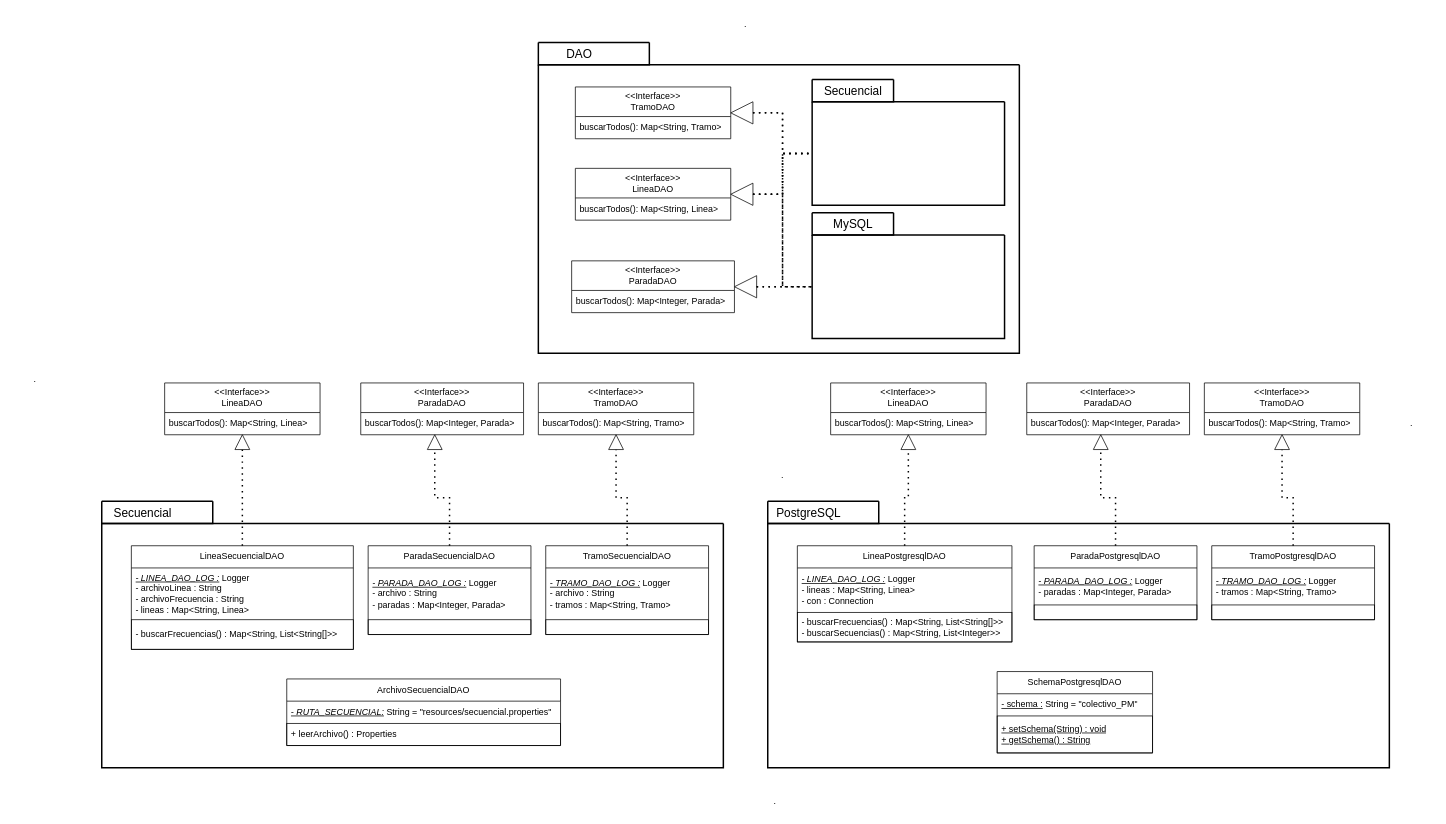
Above: docs/uml/drawio/colectivos.dao.drawio in AverageZeko/POO-colectivos (draw.io), before the change. Source tidied: cells renumbered, new cells numbered last; positions are measured from the earlier drawing's top-left corner, leaving out a move shared by most shapes. Both pictures are drawn from the tidied source at 74%, with x=0, y=0 at pixel (13, 13).
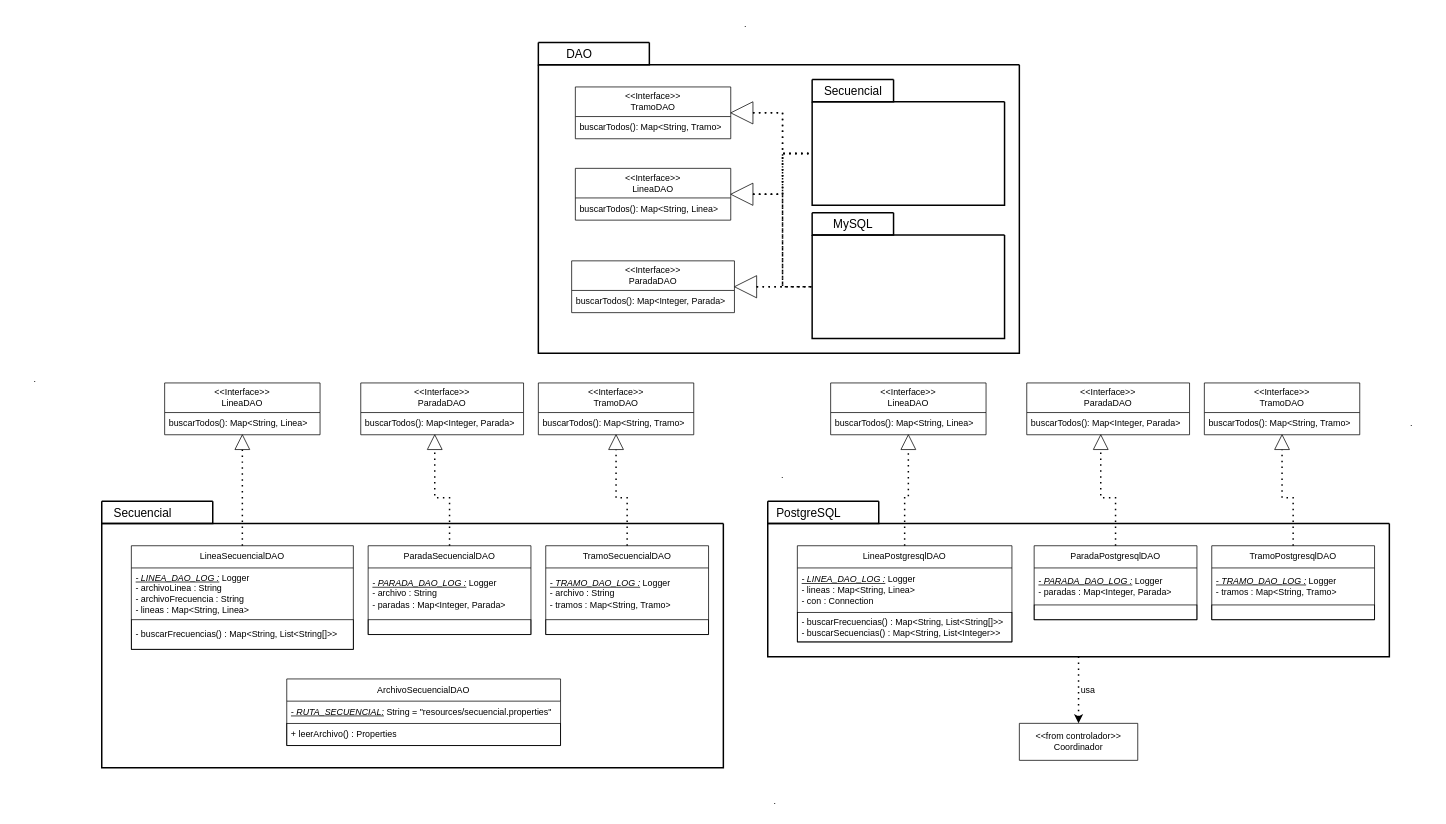
Above is the later version.

Diff of the diagram source:
```diff
@@
     <mxCell id="55" style="swimlane;startSize=0;align=center;strokeWidth=2;" parent="1" vertex="1">
-      <mxGeometry x="1020" y="690" width="840" height="330" as="geometry" />
+      <mxGeometry x="1020" y="690" width="840" height="180" as="geometry" />
     </mxCell>
@@
-    <mxCell id="65" value="SchemaPostgresqlDAO" style="swimlane;fontStyle=0;horizontal=1;startSize=30;whiteSpace=wrap;html=1;" parent="55" vertex="1">
-      <mxGeometry x="310" y="200" width="210" height="110" as="geometry" />
-    </mxCell>
-    <mxCell id="66" value="&lt;u&gt;- schema :&lt;/u&gt;&amp;nbsp;String = &quot;colectivo_PM&quot;" style="text;strokeColor=none;fillColor=none;align=left;verticalAlign=middle;spacingLeft=4;spacingRight=4;overflow=hidden;whiteSpace=wrap;html=1;" parent="65" vertex="1">
-      <mxGeometry y="30" width="210" height="30" as="geometry" />
-    </mxCell>
-    <mxCell id="67" value="&lt;div&gt;&lt;u&gt;+ setSchema(String) : void&lt;/u&gt;&lt;/div&gt;&lt;div&gt;&lt;u&gt;+ getSchema() : String&lt;/u&gt;&lt;/div&gt;" style="text;strokeColor=default;fillColor=none;align=left;verticalAlign=middle;spacingLeft=4;spacingRight=4;overflow=hidden;whiteSpace=wrap;html=1;" parent="65" vertex="1">
-      <mxGeometry y="60" width="210" height="50" as="geometry" />
-    </mxCell>
@@
+    <mxCell id="86" value="&lt;div&gt;&amp;lt;&amp;lt;from controlador&amp;gt;&amp;gt;&lt;/div&gt;&lt;div&gt;Coordinador&lt;/div&gt;" style="swimlane;fontStyle=0;horizontal=1;startSize=70;whiteSpace=wrap;html=1;" parent="1" vertex="1">
+      <mxGeometry x="1360" y="960" width="160" height="50" as="geometry" />
+    </mxCell>
+    <mxCell id="87" style="endArrow=none;dashed=1;html=1;dashPattern=1 3;strokeWidth=2;rounded=0;entryX=0.5;entryY=1;entryDx=0;entryDy=0;exitX=0.5;exitY=0;exitDx=0;exitDy=0;edgeStyle=orthogonalEdgeStyle;endFill=0;startArrow=classic;startFill=1;" parent="1" edge="1" source="86" target="55">
+      <mxGeometry relative="1" as="geometry" />
+    </mxCell>
+    <mxCell id="88" value="usa" style="text;html=1;whiteSpace=wrap;strokeColor=none;fillColor=none;align=center;verticalAlign=middle;rounded=0;" parent="1" vertex="1">
+      <mxGeometry x="1423" y="900" width="60" height="30" as="geometry" />
+    </mxCell>
```
